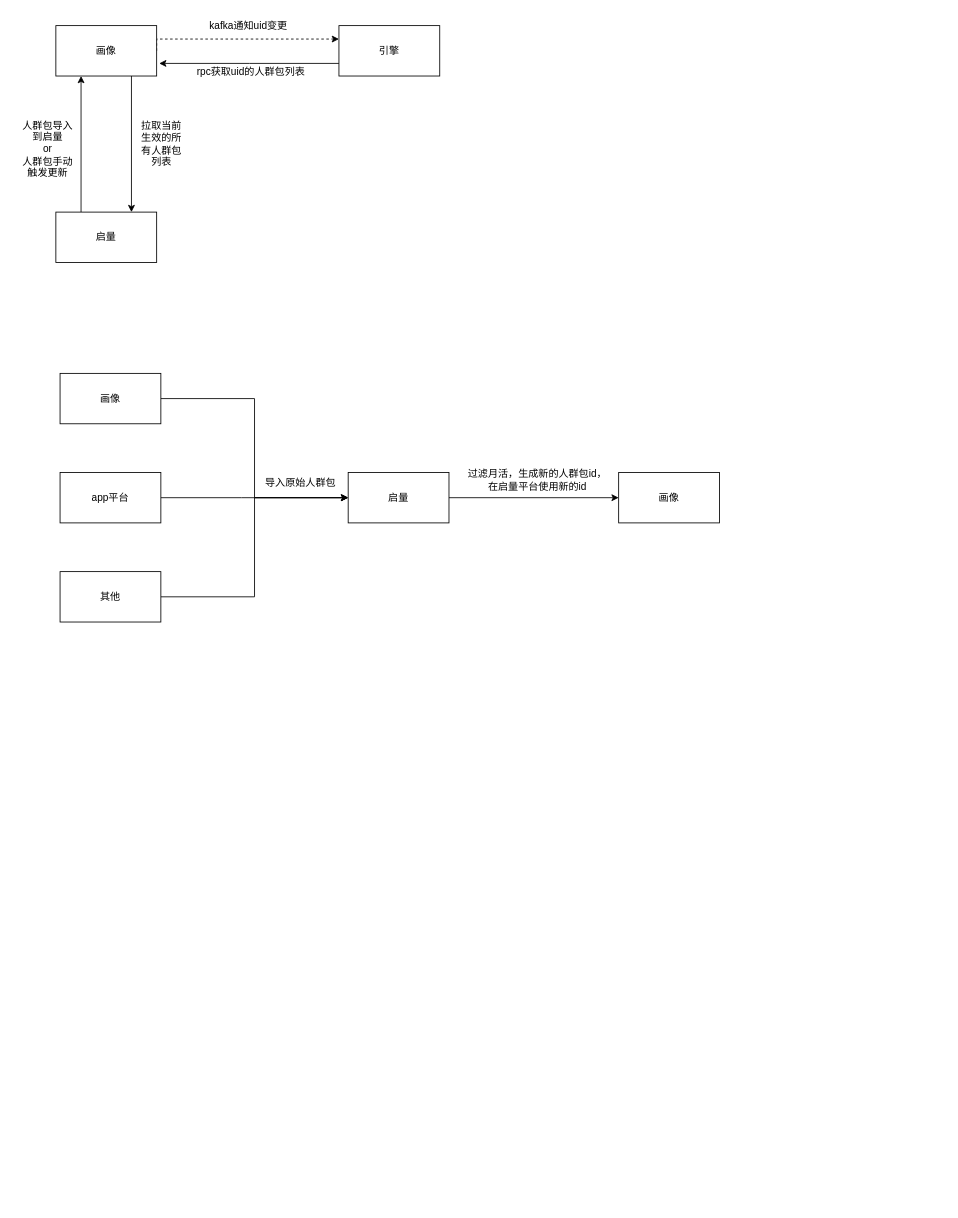
Earlier version of the draw.io diagram 启量.drawio (AngLI1992/draw.io). Source tidied: cells renumbered, new cells numbered last; positions are measured from the earlier drawing's top-left corner, leaving out a move shared by most shapes. Both pictures are drawn from the tidied source at 84%, with x=0, y=0 at pixel (14, 14).
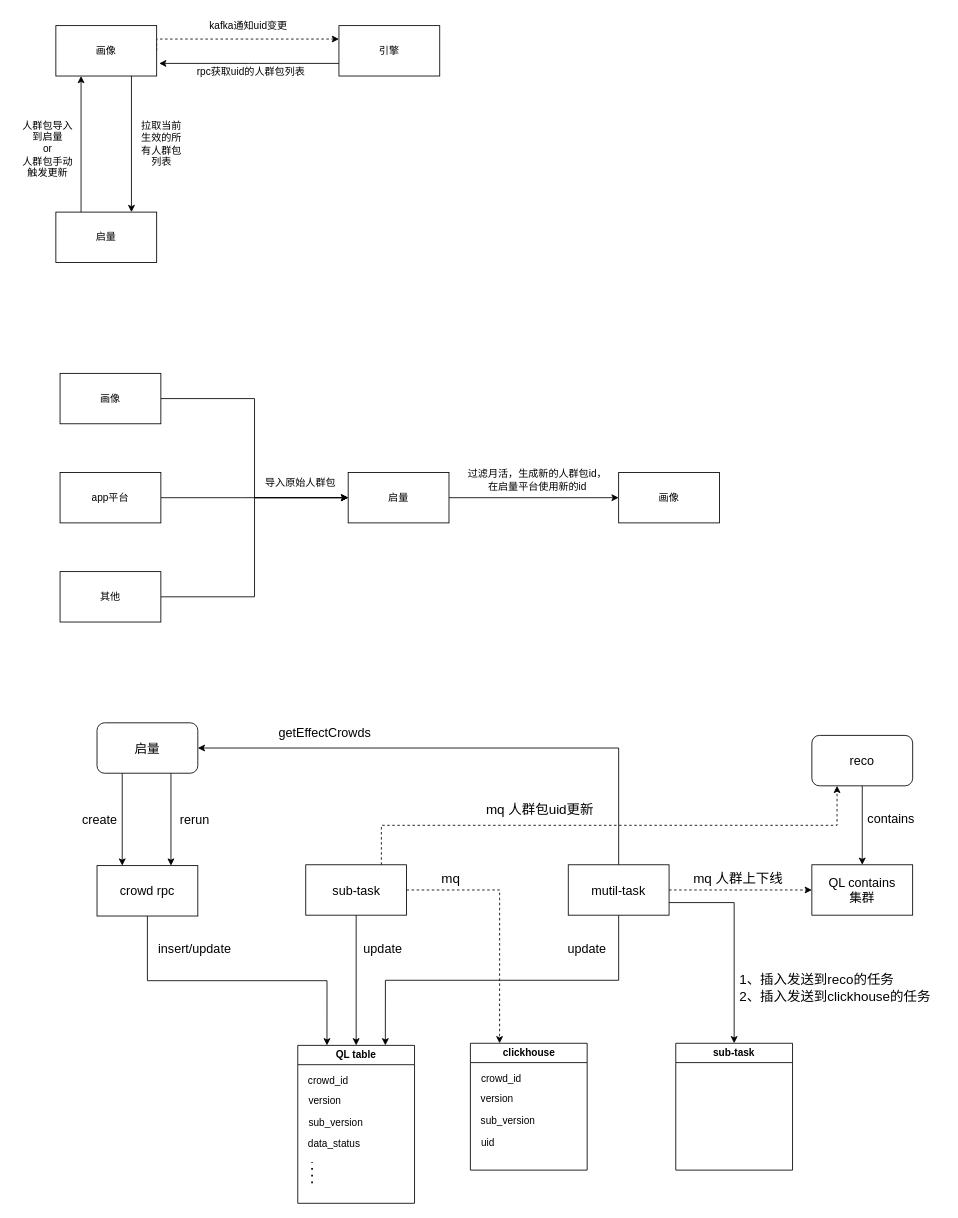
Above is the later version.

Diff of the diagram source:
```diff
@@
+    <mxCell id="24" style="edgeStyle=orthogonalEdgeStyle;rounded=0;jettySize=auto;html=1;exitX=0.5;exitY=1;exitDx=0;exitDy=0;entryX=0.25;entryY=0;entryDx=0;entryDy=0;" parent="1" edge="1" source="25" target="31">
+      <mxGeometry relative="1" as="geometry" />
+    </mxCell>
+    <mxCell id="25" value="crowd rpc" style="rounded=0;whiteSpace=wrap;html=1;fontSize=15;" parent="1" vertex="1">
+      <mxGeometry x="98" y="1013" width="120" height="60" as="geometry" />
+    </mxCell>
+    <mxCell id="26" style="endArrow=classic;html=1;rounded=0;entryX=0.25;entryY=0;entryDx=0;entryDy=0;fontSize=15;" parent="1" edge="1" target="25">
+      <mxGeometry relative="1" as="geometry">
+        <mxPoint x="128" y="903" as="sourcePoint" />
+      </mxGeometry>
+    </mxCell>
+    <mxCell id="27" value="create" style="text;html=1;align=center;verticalAlign=middle;strokeColor=none;fillColor=none;fontSize=15;" parent="1" vertex="1">
+      <mxGeometry x="71" y="943" width="60" height="30" as="geometry" />
+    </mxCell>
+    <mxCell id="28" value="rerun" style="text;html=1;align=center;verticalAlign=middle;strokeColor=none;fillColor=none;fontSize=15;" parent="1" vertex="1">
+      <mxGeometry x="187" y="943" width="53" height="30" as="geometry" />
+    </mxCell>
+    <mxCell id="29" style="endArrow=classic;html=1;rounded=0;entryX=0.25;entryY=0;entryDx=0;entryDy=0;fontSize=15;" parent="1" edge="1">
+      <mxGeometry relative="1" as="geometry">
+        <mxPoint x="186" y="903" as="sourcePoint" />
+        <mxPoint x="186" y="1013" as="targetPoint" />
+      </mxGeometry>
+    </mxCell>
+    <mxCell id="30" value="启量" style="rounded=1;whiteSpace=wrap;html=1;fontSize=15;" parent="1" vertex="1">
+      <mxGeometry x="98" y="843" width="120" height="60" as="geometry" />
+    </mxCell>
+    <mxCell id="31" value="QL table" style="swimlane;whiteSpace=wrap;html=1;" parent="1" vertex="1">
+      <mxGeometry x="337" y="1227" width="139" height="188" as="geometry" />
+    </mxCell>
+    <mxCell id="32" value="crowd_id" style="text;html=1;align=center;verticalAlign=middle;strokeColor=none;fillColor=none;" parent="31" vertex="1">
+      <mxGeometry x="3" y="29" width="66" height="26" as="geometry" />
+    </mxCell>
+    <mxCell id="33" value="version" style="text;html=1;align=center;verticalAlign=middle;strokeColor=none;fillColor=none;" parent="31" vertex="1">
+      <mxGeometry x="3" y="53" width="57" height="26" as="geometry" />
+    </mxCell>
+    <mxCell id="34" value="sub_version" style="text;html=1;align=center;verticalAlign=middle;strokeColor=none;fillColor=none;" parent="31" vertex="1">
+      <mxGeometry x="3" y="79" width="83" height="26" as="geometry" />
+    </mxCell>
+    <mxCell id="35" value="data_status" style="text;html=1;align=center;verticalAlign=middle;strokeColor=none;fillColor=none;" parent="31" vertex="1">
+      <mxGeometry x="3" y="105" width="80" height="26" as="geometry" />
+    </mxCell>
+    <mxCell id="36" style="endArrow=none;dashed=1;html=1;dashPattern=1 3;strokeWidth=2;rounded=0;" parent="31" edge="1">
+      <mxGeometry relative="1" as="geometry">
+        <mxPoint x="17" y="164" as="sourcePoint" />
+        <mxPoint x="17" y="139" as="targetPoint" />
+      </mxGeometry>
+    </mxCell>
+    <mxCell id="37" style="edgeStyle=orthogonalEdgeStyle;rounded=0;jettySize=auto;html=1;exitX=0.5;exitY=1;exitDx=0;exitDy=0;entryX=0.5;entryY=0;entryDx=0;entryDy=0;" parent="1" edge="1" source="40" target="31">
+      <mxGeometry relative="1" as="geometry" />
+    </mxCell>
+    <mxCell id="38" style="edgeStyle=orthogonalEdgeStyle;rounded=0;jettySize=auto;html=1;exitX=1;exitY=0.5;exitDx=0;exitDy=0;entryX=0.25;entryY=0;entryDx=0;entryDy=0;dashed=1;" parent="1" edge="1" source="40" target="49">
+      <mxGeometry relative="1" as="geometry" />
+    </mxCell>
+    <mxCell id="39" style="edgeStyle=orthogonalEdgeStyle;rounded=0;jettySize=auto;html=1;exitX=0.75;exitY=0;exitDx=0;exitDy=0;entryX=0.25;entryY=1;entryDx=0;entryDy=0;dashed=1;" parent="1" edge="1" source="40" target="56">
+      <mxGeometry relative="1" as="geometry" />
+    </mxCell>
+    <mxCell id="40" value="sub-task" style="rounded=0;whiteSpace=wrap;html=1;fontSize=15;" parent="1" vertex="1">
+      <mxGeometry x="346.5" y="1012" width="120" height="60" as="geometry" />
+    </mxCell>
+    <mxCell id="41" value="insert/update" style="text;html=1;align=center;verticalAlign=middle;strokeColor=none;fillColor=none;fontSize=15;" parent="1" vertex="1">
+      <mxGeometry x="161" y="1096" width="105" height="30" as="geometry" />
+    </mxCell>
+    <mxCell id="42" value="update" style="text;html=1;align=center;verticalAlign=middle;strokeColor=none;fillColor=none;fontSize=15;" parent="1" vertex="1">
+      <mxGeometry x="405.5" y="1096" width="64" height="30" as="geometry" />
+    </mxCell>
+    <mxCell id="43" style="edgeStyle=orthogonalEdgeStyle;rounded=0;jettySize=auto;html=1;exitX=0.5;exitY=1;exitDx=0;exitDy=0;entryX=0.75;entryY=0;entryDx=0;entryDy=0;" parent="1" edge="1" source="47" target="31">
+      <mxGeometry relative="1" as="geometry" />
+    </mxCell>
+    <mxCell id="44" style="edgeStyle=orthogonalEdgeStyle;rounded=0;jettySize=auto;html=1;exitX=0.5;exitY=0;exitDx=0;exitDy=0;entryX=1;entryY=0.5;entryDx=0;entryDy=0;" parent="1" edge="1" source="47" target="30">
+      <mxGeometry relative="1" as="geometry" />
+    </mxCell>
+    <mxCell id="45" style="edgeStyle=orthogonalEdgeStyle;rounded=0;jettySize=auto;html=1;exitX=1;exitY=0.5;exitDx=0;exitDy=0;entryX=0;entryY=0.5;entryDx=0;entryDy=0;dashed=1;" parent="1" edge="1" source="47" target="54">
+      <mxGeometry relative="1" as="geometry" />
+    </mxCell>
+    <mxCell id="46" style="edgeStyle=orthogonalEdgeStyle;rounded=0;jettySize=auto;html=1;exitX=1;exitY=0.75;exitDx=0;exitDy=0;entryX=0.5;entryY=0;entryDx=0;entryDy=0;" parent="1" edge="1" source="47" target="62">
+      <mxGeometry relative="1" as="geometry" />
+    </mxCell>
+    <mxCell id="47" value="mutil-task" style="rounded=0;whiteSpace=wrap;html=1;fontSize=15;" parent="1" vertex="1">
+      <mxGeometry x="659" y="1012" width="120" height="60" as="geometry" />
+    </mxCell>
+    <mxCell id="48" value="getEffectCrowds" style="text;html=1;align=center;verticalAlign=middle;strokeColor=none;fillColor=none;fontSize=15;" parent="1" vertex="1">
+      <mxGeometry x="305" y="839" width="128" height="30" as="geometry" />
+    </mxCell>
+    <mxCell id="49" value="clickhouse" style="swimlane;whiteSpace=wrap;html=1;" parent="1" vertex="1">
+      <mxGeometry x="542.5" y="1224.5" width="139" height="151" as="geometry" />
+    </mxCell>
+    <mxCell id="50" value="crowd_id" style="text;html=1;align=center;verticalAlign=middle;strokeColor=none;fillColor=none;" parent="49" vertex="1">
+      <mxGeometry x="3" y="29" width="66" height="26" as="geometry" />
+    </mxCell>
+    <mxCell id="51" value="version" style="text;html=1;align=center;verticalAlign=middle;strokeColor=none;fillColor=none;" parent="49" vertex="1">
+      <mxGeometry x="3" y="53" width="57" height="26" as="geometry" />
+    </mxCell>
+    <mxCell id="52" value="sub_version" style="text;html=1;align=center;verticalAlign=middle;strokeColor=none;fillColor=none;" parent="49" vertex="1">
+      <mxGeometry x="3" y="79" width="83" height="26" as="geometry" />
+    </mxCell>
+    <mxCell id="53" value="uid" style="text;html=1;align=center;verticalAlign=middle;strokeColor=none;fillColor=none;" parent="49" vertex="1">
+      <mxGeometry x="3" y="105" width="34" height="26" as="geometry" />
+    </mxCell>
+    <mxCell id="54" value="QL contains&lt;br&gt;集群" style="rounded=0;whiteSpace=wrap;html=1;fontSize=15;" parent="1" vertex="1">
+      <mxGeometry x="949" y="1012" width="120" height="60" as="geometry" />
+    </mxCell>
+    <mxCell id="55" style="edgeStyle=orthogonalEdgeStyle;rounded=0;jettySize=auto;html=1;exitX=0.5;exitY=1;exitDx=0;exitDy=0;entryX=0.5;entryY=0;entryDx=0;entryDy=0;" parent="1" edge="1" source="56" target="54">
+      <mxGeometry relative="1" as="geometry" />
+    </mxCell>
+    <mxCell id="56" value="reco" style="rounded=1;whiteSpace=wrap;html=1;fontSize=15;" parent="1" vertex="1">
+      <mxGeometry x="949" y="858" width="120" height="60" as="geometry" />
+    </mxCell>
+    <mxCell id="57" value="contains" style="text;html=1;align=center;verticalAlign=middle;strokeColor=none;fillColor=none;fontSize=15;" parent="1" vertex="1">
+      <mxGeometry x="1006" y="942" width="74" height="30" as="geometry" />
+    </mxCell>
+    <mxCell id="58" value="update" style="text;html=1;align=center;verticalAlign=middle;strokeColor=none;fillColor=none;fontSize=15;" parent="1" vertex="1">
+      <mxGeometry x="649" y="1096" width="64" height="30" as="geometry" />
+    </mxCell>
+    <mxCell id="59" value="mq 人群上下线" style="text;html=1;align=center;verticalAlign=middle;strokeColor=none;fillColor=none;fontSize=16;" parent="1" vertex="1">
+      <mxGeometry x="798" y="1012" width="125" height="31" as="geometry" />
+    </mxCell>
+    <mxCell id="60" value="mq" style="text;html=1;align=center;verticalAlign=middle;strokeColor=none;fillColor=none;fontSize=16;" parent="1" vertex="1">
+      <mxGeometry x="499" y="1012" width="40" height="31" as="geometry" />
+    </mxCell>
+    <mxCell id="61" value="mq 人群包uid更新" style="text;html=1;align=center;verticalAlign=middle;strokeColor=none;fillColor=none;fontSize=16;" parent="1" vertex="1">
+      <mxGeometry x="552" y="930" width="146" height="31" as="geometry" />
+    </mxCell>
+    <mxCell id="62" value="sub-task" style="swimlane;whiteSpace=wrap;html=1;" parent="1" vertex="1">
+      <mxGeometry x="787" y="1224.5" width="139" height="151" as="geometry" />
+    </mxCell>
+    <mxCell id="63" value="1、插入发送到reco的任务&lt;br&gt;2、插入发送到clickhouse的任务" style="text;html=1;align=left;verticalAlign=middle;strokeColor=none;fillColor=none;fontSize=16;" parent="1" vertex="1">
+      <mxGeometry x="861" y="1134" width="246" height="50" as="geometry" />
+    </mxCell>
```
